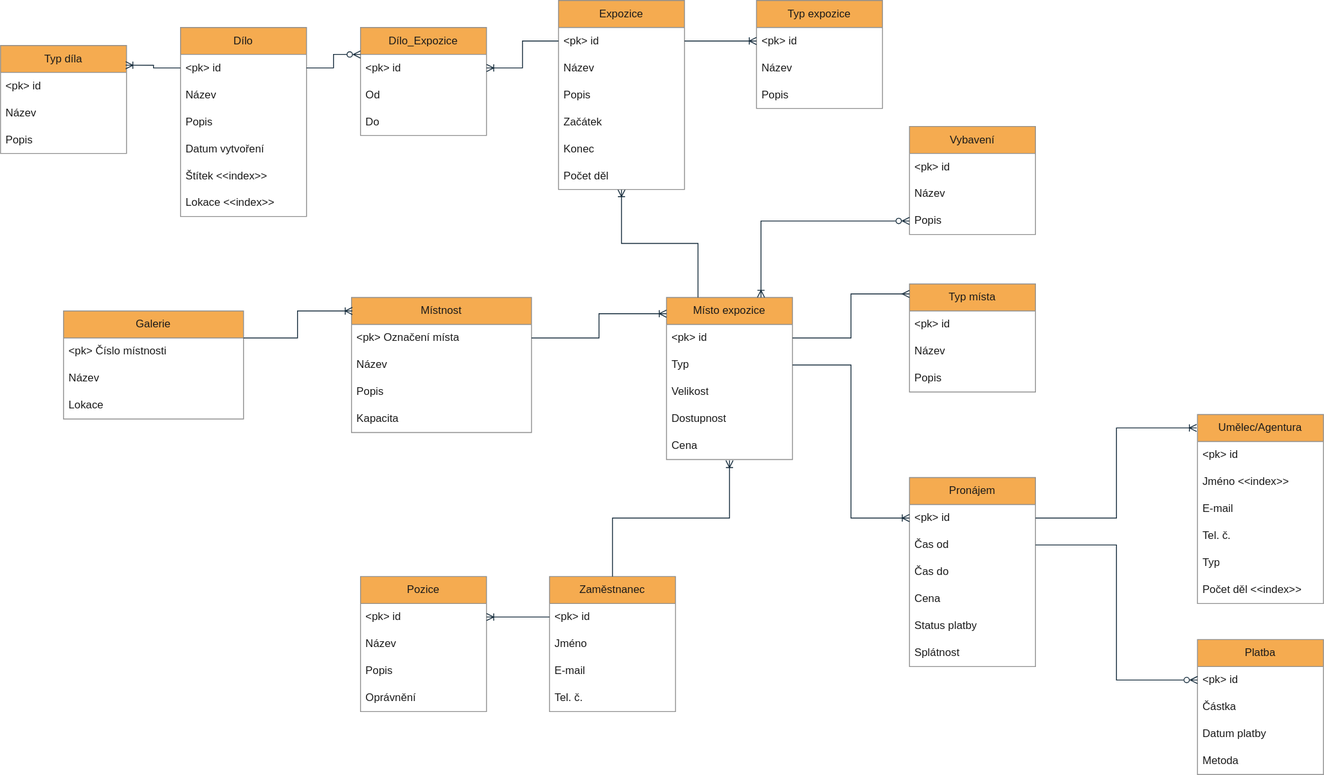
Before: Galerie_Projekt/Galerie_Projekt.drawio.svg, a diagram exported from draw.io (adstrafe/IUS). Source tidied: cells renumbered, new cells last; positions are measured from the earlier drawing's top-left corner, leaving out a move shared by most shapes.
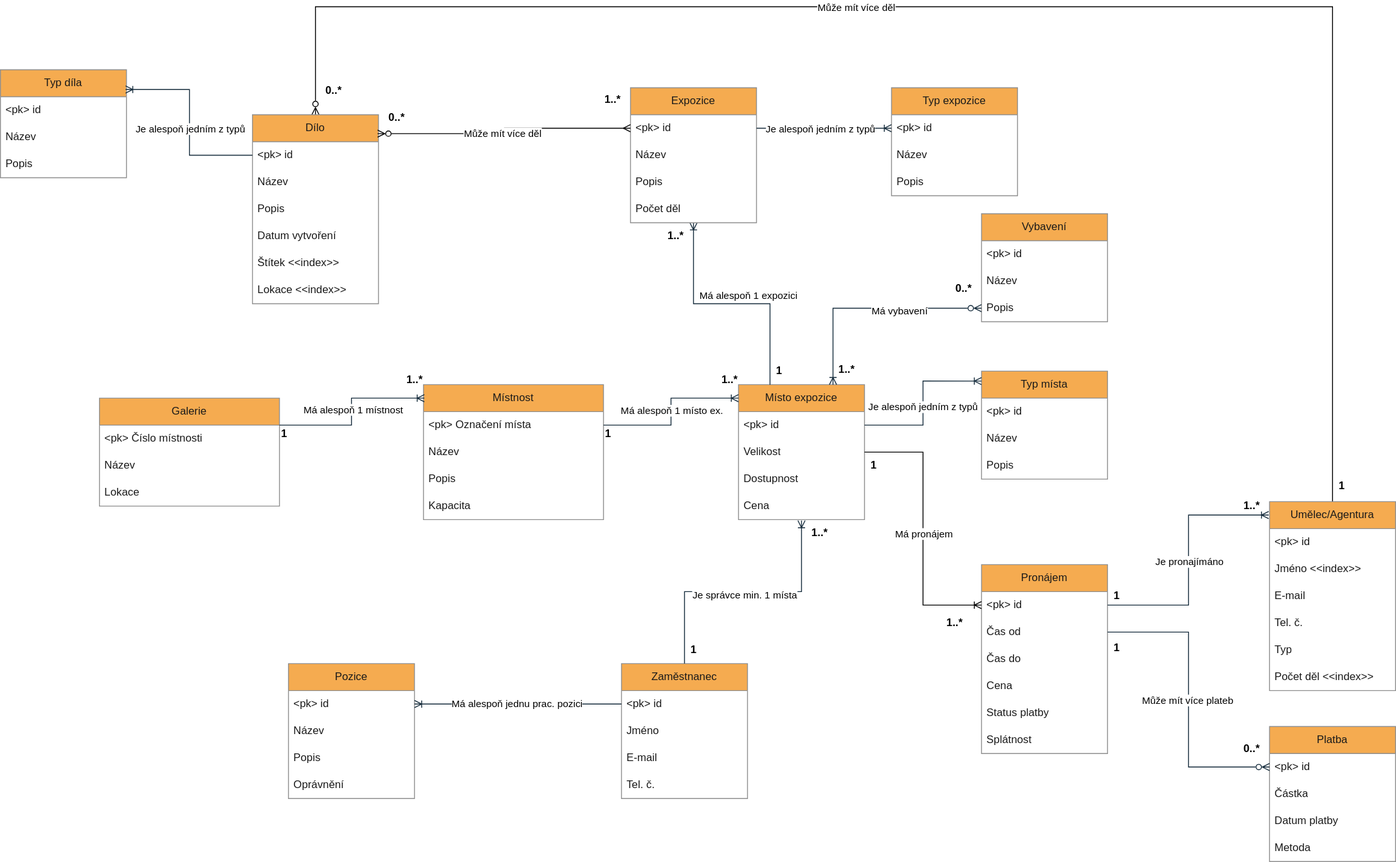
Above is the later version.

Diff of the diagram source:
```diff
@@ -5,3 +5,3 @@
     <mxCell id="2" value="Galerie" style="swimlane;fontStyle=0;horizontal=1;startSize=30;whiteSpace=wrap;html=1;labelBackgroundColor=none;fillColor=#F5AB50;strokeColor=#909090;fontColor=#1A1A1A;" parent="1" vertex="1">
-      <mxGeometry x="70" y="345" width="200" height="120" as="geometry" />
+      <mxGeometry x="30" y="345" width="200" height="120" as="geometry" />
     </mxCell>
@@ -32,3 +32,3 @@
     <mxCell id="11" value="Místo expozice" style="swimlane;fontStyle=0;horizontal=1;startSize=30;whiteSpace=wrap;html=1;labelBackgroundColor=none;fillColor=#F5AB50;strokeColor=#909090;fontColor=#1A1A1A;" parent="1" vertex="1">
-      <mxGeometry x="740" y="330" width="140" height="180" as="geometry" />
+      <mxGeometry x="740" y="330" width="140" height="150" as="geometry" />
     </mxCell>
@@ -37,14 +37,24 @@
     </mxCell>
-    <mxCell id="13" value="Typ" style="text;strokeColor=none;fillColor=none;align=left;verticalAlign=middle;spacingLeft=4;spacingRight=4;overflow=hidden;points=[[0,0.5],[1,0.5]];portConstraint=eastwest;whiteSpace=wrap;html=1;labelBackgroundColor=none;fontColor=#1A1A1A;" parent="11" vertex="1">
-      <mxGeometry y="60" width="140" height="30" as="geometry" />
-    </mxCell>
     <mxCell id="14" value="Velikost" style="text;strokeColor=none;fillColor=none;align=left;verticalAlign=middle;spacingLeft=4;spacingRight=4;overflow=hidden;points=[[0,0.5],[1,0.5]];portConstraint=eastwest;whiteSpace=wrap;html=1;labelBackgroundColor=none;fontColor=#1A1A1A;" parent="11" vertex="1">
-      <mxGeometry y="90" width="140" height="30" as="geometry" />
+      <mxGeometry y="60" width="140" height="30" as="geometry" />
     </mxCell>
     <mxCell id="15" value="Dostupnost" style="text;strokeColor=none;fillColor=none;align=left;verticalAlign=middle;spacingLeft=4;spacingRight=4;overflow=hidden;whiteSpace=wrap;html=1;labelBackgroundColor=none;fontColor=#1A1A1A;" parent="11" vertex="1">
-      <mxGeometry y="120" width="140" height="30" as="geometry" />
+      <mxGeometry y="90" width="140" height="30" as="geometry" />
     </mxCell>
     <mxCell id="16" value="Cena" style="text;strokeColor=none;fillColor=none;align=left;verticalAlign=middle;spacingLeft=4;spacingRight=4;overflow=hidden;points=[[0,0.5],[1,0.5]];portConstraint=eastwest;whiteSpace=wrap;html=1;labelBackgroundColor=none;fontColor=#1A1A1A;" parent="11" vertex="1">
-      <mxGeometry y="150" width="140" height="30" as="geometry" />
+      <mxGeometry y="120" width="140" height="30" as="geometry" />
     </mxCell>
+    <mxCell id="94" style="edgeStyle=orthogonalEdgeStyle;rounded=0;jettySize=auto;html=1;exitX=0.5;exitY=0;exitDx=0;exitDy=0;entryX=0.5;entryY=0;entryDx=0;entryDy=0;endArrow=ERzeroToMany;endFill=0;" parent="1" edge="1" source="17" target="48">
+      <mxGeometry relative="1" as="geometry">
+        <Array as="points">
+          <mxPoint x="1400" y="-90" />
+          <mxPoint x="270" y="-90" />
+        </Array>
+      </mxGeometry>
+    </mxCell>
+    <mxCell id="95" value="Může mít více děl" style="edgeLabel;html=1;align=center;verticalAlign=middle;" parent="94" vertex="1">
+      <mxGeometry x="-0.58" y="2" relative="1" as="geometry">
+        <mxPoint x="-528" y="-168" as="offset" />
+      </mxGeometry>
+    </mxCell>
     <mxCell id="17" value="Umělec/Agentura" style="swimlane;fontStyle=0;horizontal=1;startSize=30;whiteSpace=wrap;html=1;strokeColor=#909090;fontColor=#1A1A1A;fillColor=#F5AB50;" parent="1" vertex="1">
@@ -85,4 +95,9 @@
     </mxCell>
+    <mxCell id="96" value="Má alespoň 1 expozici" style="edgeLabel;html=1;align=center;verticalAlign=middle;" parent="28" vertex="1">
+      <mxGeometry x="-0.12" y="2" relative="1" as="geometry">
+        <mxPoint x="33" y="-8" as="offset" />
+      </mxGeometry>
+    </mxCell>
     <mxCell id="29" value="Expozice" style="swimlane;fontStyle=0;horizontal=1;startSize=30;whiteSpace=wrap;html=1;strokeColor=#909090;fontColor=#1A1A1A;fillColor=#F5AB50;" parent="1" vertex="1">
-      <mxGeometry x="620" width="140" height="210" as="geometry" />
+      <mxGeometry x="620" width="140" height="150" as="geometry" />
     </mxCell>
@@ -97,10 +112,4 @@
     </mxCell>
-    <mxCell id="33" value="Začátek" style="text;strokeColor=none;fillColor=none;align=left;verticalAlign=middle;spacingLeft=4;spacingRight=4;overflow=hidden;whiteSpace=wrap;html=1;fontColor=#1A1A1A;" parent="29" vertex="1">
-      <mxGeometry y="120" width="140" height="30" as="geometry" />
-    </mxCell>
-    <mxCell id="34" value="Konec" style="text;strokeColor=none;fillColor=none;align=left;verticalAlign=middle;spacingLeft=4;spacingRight=4;overflow=hidden;whiteSpace=wrap;html=1;fontColor=#1A1A1A;" parent="29" vertex="1">
-      <mxGeometry y="150" width="140" height="30" as="geometry" />
-    </mxCell>
     <mxCell id="35" value="Počet děl" style="text;strokeColor=none;fillColor=none;align=left;verticalAlign=middle;spacingLeft=4;spacingRight=4;overflow=hidden;whiteSpace=wrap;html=1;fontColor=#1A1A1A;" parent="29" vertex="1">
-      <mxGeometry y="180" width="140" height="30" as="geometry" />
+      <mxGeometry y="120" width="140" height="30" as="geometry" />
     </mxCell>
@@ -163,14 +172,2 @@
     </mxCell>
-    <mxCell id="55" value="Dílo_Expozice" style="swimlane;fontStyle=0;horizontal=1;startSize=30;whiteSpace=wrap;html=1;strokeColor=#909090;fontColor=#1A1A1A;fillColor=#F5AB50;" parent="1" vertex="1">
-      <mxGeometry x="400" y="30" width="140" height="120" as="geometry" />
-    </mxCell>
-    <mxCell id="56" value="&amp;lt;pk&amp;gt; id" style="text;strokeColor=none;fillColor=none;align=left;verticalAlign=middle;spacingLeft=4;spacingRight=4;overflow=hidden;points=[[0,0.5],[1,0.5]];portConstraint=eastwest;whiteSpace=wrap;html=1;fontColor=#1A1A1A;" parent="55" vertex="1">
-      <mxGeometry y="30" width="140" height="30" as="geometry" />
-    </mxCell>
-    <mxCell id="57" value="Od" style="text;strokeColor=none;fillColor=none;align=left;verticalAlign=middle;spacingLeft=4;spacingRight=4;overflow=hidden;whiteSpace=wrap;html=1;fontColor=#1A1A1A;" parent="55" vertex="1">
-      <mxGeometry y="60" width="140" height="30" as="geometry" />
-    </mxCell>
-    <mxCell id="58" value="Do" style="text;strokeColor=none;fillColor=none;align=left;verticalAlign=middle;spacingLeft=4;spacingRight=4;overflow=hidden;whiteSpace=wrap;html=1;fontColor=#1A1A1A;" parent="55" vertex="1">
-      <mxGeometry y="90" width="140" height="30" as="geometry" />
-    </mxCell>
     <mxCell id="59" value="Platba" style="swimlane;fontStyle=0;horizontal=1;startSize=30;whiteSpace=wrap;html=1;strokeColor=#909090;fontColor=#1A1A1A;fillColor=#F5AB50;" parent="1" vertex="1">
@@ -191,3 +188,3 @@
     <mxCell id="64" value="Pozice" style="swimlane;fontStyle=0;horizontal=1;startSize=30;whiteSpace=wrap;html=1;strokeColor=#909090;fontColor=#1A1A1A;fillColor=#F5AB50;" parent="1" vertex="1">
-      <mxGeometry x="400" y="640" width="140" height="150" as="geometry" />
+      <mxGeometry x="240" y="640" width="140" height="150" as="geometry" />
     </mxCell>
@@ -206,3 +203,3 @@
     <mxCell id="69" value="Typ expozice" style="swimlane;fontStyle=0;horizontal=1;startSize=30;whiteSpace=wrap;html=1;strokeColor=#909090;fontColor=#1A1A1A;fillColor=#F5AB50;" parent="1" vertex="1">
-      <mxGeometry x="840" width="140" height="120" as="geometry" />
+      <mxGeometry x="910" width="140" height="120" as="geometry" />
     </mxCell>
@@ -230,3 +227,3 @@
     <mxCell id="77" value="Typ díla" style="swimlane;fontStyle=0;horizontal=1;startSize=30;whiteSpace=wrap;html=1;strokeColor=#909090;fontColor=#1A1A1A;fillColor=#F5AB50;" parent="1" vertex="1">
-      <mxGeometry y="50" width="140" height="120" as="geometry" />
+      <mxGeometry x="-80" y="-20" width="140" height="120" as="geometry" />
     </mxCell>
@@ -244,2 +241,5 @@
     </mxCell>
+    <mxCell id="97" value="Má alespoň 1 místnost" style="edgeLabel;html=1;align=center;verticalAlign=middle;" parent="81" vertex="1">
+      <mxGeometry x="0.03" y="-1" relative="1" as="geometry" />
+    </mxCell>
     <mxCell id="82" style="edgeStyle=orthogonalEdgeStyle;rounded=0;jettySize=auto;html=1;exitX=1;exitY=0.5;exitDx=0;exitDy=0;entryX=0;entryY=0.1;entryDx=0;entryDy=0;entryPerimeter=0;strokeColor=#182E3E;fontColor=#1A1A1A;endArrow=ERoneToMany;endFill=0;startArrow=none;startFill=0;" parent="1" edge="1" source="7" target="11">
@@ -247,8 +247,11 @@
     </mxCell>
+    <mxCell id="98" value="Má alespoň 1 místo ex." style="edgeLabel;html=1;align=center;verticalAlign=middle;" parent="82" vertex="1">
+      <mxGeometry x="0.02" relative="1" as="geometry" />
+    </mxCell>
-    <mxCell id="83" style="edgeStyle=orthogonalEdgeStyle;rounded=0;jettySize=auto;html=1;exitX=1;exitY=0.5;exitDx=0;exitDy=0;strokeColor=#182E3E;fontColor=#1A1A1A;endArrow=ERmany;endFill=0;startArrow=none;startFill=0;entryX=0;entryY=0.092;entryDx=0;entryDy=0;entryPerimeter=0;" parent="1" edge="1" source="12" target="73">
+    <mxCell id="83" style="edgeStyle=orthogonalEdgeStyle;rounded=0;jettySize=auto;html=1;exitX=1;exitY=0.5;exitDx=0;exitDy=0;strokeColor=#182E3E;fontColor=#1A1A1A;endArrow=ERoneToMany;endFill=0;startArrow=none;startFill=0;entryX=0;entryY=0.092;entryDx=0;entryDy=0;entryPerimeter=0;" parent="1" edge="1" source="12" target="73">
       <mxGeometry relative="1" as="geometry" />
     </mxCell>
-    <mxCell id="84" style="edgeStyle=orthogonalEdgeStyle;rounded=0;jettySize=auto;html=1;exitX=1;exitY=0.5;exitDx=0;exitDy=0;entryX=0;entryY=0.5;entryDx=0;entryDy=0;strokeColor=#182E3E;fontColor=#1A1A1A;endArrow=ERoneToMany;endFill=0;startArrow=none;startFill=0;" parent="1" edge="1" source="13" target="37">
-      <mxGeometry relative="1" as="geometry" />
-    </mxCell>
+    <mxCell id="99" value="Je alespoň jedním z typů" style="edgeLabel;html=1;align=center;verticalAlign=middle;" parent="83" vertex="1">
+      <mxGeometry x="-0.04" y="1" relative="1" as="geometry" />
+    </mxCell>
     <mxCell id="85" style="edgeStyle=orthogonalEdgeStyle;rounded=0;jettySize=auto;html=1;exitX=1;exitY=0.5;exitDx=0;exitDy=0;entryX=-0.007;entryY=0.071;entryDx=0;entryDy=0;entryPerimeter=0;strokeColor=#182E3E;fontColor=#1A1A1A;endArrow=ERoneToMany;endFill=0;startArrow=none;startFill=0;" parent="1" edge="1" source="37" target="17">
@@ -256,2 +259,5 @@
     </mxCell>
+    <mxCell id="100" value="Je pronajímáno" style="edgeLabel;html=1;align=center;verticalAlign=middle;" parent="85" vertex="1">
+      <mxGeometry relative="1" as="geometry" />
+    </mxCell>
     <mxCell id="86" style="edgeStyle=orthogonalEdgeStyle;rounded=0;jettySize=auto;html=1;exitX=1;exitY=0.5;exitDx=0;exitDy=0;entryX=0;entryY=0.5;entryDx=0;entryDy=0;strokeColor=#182E3E;fontColor=#1A1A1A;endArrow=ERzeroToMany;endFill=0;" parent="1" edge="1" source="38" target="60">
@@ -259,2 +265,7 @@
     </mxCell>
+    <mxCell id="101" value="Může mít více plateb" style="edgeLabel;html=1;align=center;verticalAlign=middle;" parent="86" vertex="1">
+      <mxGeometry x="-0.05" y="-2" relative="1" as="geometry">
+        <mxPoint y="9" as="offset" />
+      </mxGeometry>
+    </mxCell>
     <mxCell id="87" style="edgeStyle=orthogonalEdgeStyle;rounded=0;jettySize=auto;html=1;exitX=0;exitY=0.5;exitDx=0;exitDy=0;entryX=0.993;entryY=0.183;entryDx=0;entryDy=0;entryPerimeter=0;strokeColor=#182E3E;fontColor=#1A1A1A;endArrow=ERoneToMany;endFill=0;startArrow=none;startFill=0;" parent="1" edge="1" source="49" target="77">
@@ -262,8 +273,5 @@
     </mxCell>
-    <mxCell id="88" style="edgeStyle=orthogonalEdgeStyle;rounded=0;jettySize=auto;html=1;exitX=1;exitY=0.5;exitDx=0;exitDy=0;strokeColor=#182E3E;fontColor=#1A1A1A;endArrow=ERzeroToMany;endFill=0;entryX=0;entryY=0.25;entryDx=0;entryDy=0;" parent="1" edge="1" source="49" target="55">
-      <mxGeometry relative="1" as="geometry" />
-    </mxCell>
-    <mxCell id="89" style="edgeStyle=orthogonalEdgeStyle;rounded=0;jettySize=auto;html=1;exitX=0;exitY=0.5;exitDx=0;exitDy=0;entryX=1;entryY=0.5;entryDx=0;entryDy=0;strokeColor=#182E3E;fontColor=#1A1A1A;endArrow=ERoneToMany;endFill=0;" parent="1" edge="1" source="30" target="56">
-      <mxGeometry relative="1" as="geometry" />
-    </mxCell>
+    <mxCell id="102" value="Je alespoň jedním z typů" style="edgeLabel;html=1;align=center;verticalAlign=middle;" parent="87" vertex="1">
+      <mxGeometry x="-0.06" relative="1" as="geometry" />
+    </mxCell>
     <mxCell id="90" style="edgeStyle=orthogonalEdgeStyle;rounded=0;jettySize=auto;html=1;exitX=1;exitY=0.5;exitDx=0;exitDy=0;entryX=0;entryY=0.5;entryDx=0;entryDy=0;strokeColor=#182E3E;fontColor=#1A1A1A;endArrow=ERoneToMany;endFill=0;" parent="1" edge="1" source="30" target="70">
@@ -271,2 +279,7 @@
     </mxCell>
+    <mxCell id="103" value="Je alespoň jedním z typů" style="edgeLabel;html=1;align=center;verticalAlign=middle;" parent="90" vertex="1">
+      <mxGeometry x="-0.21" y="1" relative="1" as="geometry">
+        <mxPoint x="11" y="1" as="offset" />
+      </mxGeometry>
+    </mxCell>
     <mxCell id="91" style="edgeStyle=orthogonalEdgeStyle;rounded=0;jettySize=auto;html=1;exitX=0;exitY=0.5;exitDx=0;exitDy=0;entryX=1;entryY=0.5;entryDx=0;entryDy=0;strokeColor=#182E3E;fontColor=#1A1A1A;endArrow=ERoneToMany;endFill=0;" parent="1" edge="1" source="44" target="65">
@@ -274,2 +287,5 @@
     </mxCell>
+    <mxCell id="104" value="Má alespoň jednu prac. pozici" style="edgeLabel;html=1;align=center;verticalAlign=middle;" parent="91" vertex="1">
+      <mxGeometry x="0.02" y="-1" relative="1" as="geometry" />
+    </mxCell>
     <mxCell id="92" style="edgeStyle=orthogonalEdgeStyle;rounded=0;jettySize=auto;html=1;exitX=0.5;exitY=0;exitDx=0;exitDy=0;entryX=0.5;entryY=1.033;entryDx=0;entryDy=0;entryPerimeter=0;strokeColor=#182E3E;fontColor=#1A1A1A;endArrow=ERoneToMany;endFill=0;" parent="1" edge="1" source="43" target="16">
@@ -277,2 +293,5 @@
     </mxCell>
+    <mxCell id="105" value="Je správce min. 1 místa" style="edgeLabel;html=1;align=center;verticalAlign=middle;" parent="92" vertex="1">
+      <mxGeometry x="0.01" y="-3" relative="1" as="geometry" />
+    </mxCell>
     <mxCell id="93" style="edgeStyle=orthogonalEdgeStyle;rounded=0;jettySize=auto;html=1;exitX=0;exitY=0.5;exitDx=0;exitDy=0;entryX=0.75;entryY=0;entryDx=0;entryDy=0;strokeColor=#182E3E;fontColor=#1A1A1A;endArrow=ERoneToMany;endFill=0;startArrow=ERzeroToMany;startFill=0;" parent="1" edge="1" source="27" target="11">
@@ -280,2 +299,77 @@
     </mxCell>
+    <mxCell id="106" value="Má vybavení" style="edgeLabel;html=1;align=center;verticalAlign=middle;" parent="93" vertex="1">
+      <mxGeometry x="-0.26" y="2" relative="1" as="geometry" />
+    </mxCell>
+    <mxCell id="107" style="edgeStyle=orthogonalEdgeStyle;rounded=0;jettySize=auto;html=1;exitX=1;exitY=0.5;exitDx=0;exitDy=0;entryX=0;entryY=0.5;entryDx=0;entryDy=0;endArrow=ERoneToMany;endFill=0;" parent="1" edge="1" source="14" target="37">
+      <mxGeometry relative="1" as="geometry" />
+    </mxCell>
+    <mxCell id="108" value="Má pronájem" style="edgeLabel;html=1;align=center;verticalAlign=middle;" parent="107" vertex="1">
+      <mxGeometry x="0.03" relative="1" as="geometry" />
+    </mxCell>
+    <mxCell id="109" style="edgeStyle=orthogonalEdgeStyle;rounded=0;jettySize=auto;html=1;exitX=0;exitY=0.5;exitDx=0;exitDy=0;entryX=0.993;entryY=0.1;entryDx=0;entryDy=0;entryPerimeter=0;endArrow=ERzeroToMany;endFill=0;startArrow=ERmany;startFill=0;" parent="1" edge="1" source="30" target="48">
+      <mxGeometry relative="1" as="geometry" />
+    </mxCell>
+    <mxCell id="110" value="Může mít více děl" style="edgeLabel;html=1;align=center;verticalAlign=middle;" parent="109" vertex="1">
+      <mxGeometry x="0.04" y="-1" relative="1" as="geometry" />
+    </mxCell>
+    <mxCell id="111" value="&lt;b&gt;1&lt;/b&gt;" style="text;html=1;align=center;verticalAlign=middle;strokeColor=none;fillColor=none;" parent="1" vertex="1">
+      <mxGeometry x="220" y="370" width="30" height="30" as="geometry" />
+    </mxCell>
+    <mxCell id="112" value="&lt;b&gt;1..*&lt;/b&gt;" style="text;html=1;align=center;verticalAlign=middle;strokeColor=none;fillColor=none;" parent="1" vertex="1">
+      <mxGeometry x="360" y="310" width="40" height="30" as="geometry" />
+    </mxCell>
+    <mxCell id="113" value="&lt;b&gt;1&lt;/b&gt;" style="text;html=1;align=center;verticalAlign=middle;strokeColor=none;fillColor=none;" parent="1" vertex="1">
+      <mxGeometry x="580" y="370" width="30" height="30" as="geometry" />
+    </mxCell>
+    <mxCell id="114" value="&lt;b&gt;1..*&lt;/b&gt;" style="text;html=1;align=center;verticalAlign=middle;strokeColor=none;fillColor=none;" parent="1" vertex="1">
+      <mxGeometry x="710" y="310" width="40" height="30" as="geometry" />
+    </mxCell>
+    <mxCell id="115" value="&lt;b&gt;1&lt;/b&gt;" style="text;html=1;align=center;verticalAlign=middle;strokeColor=none;fillColor=none;" parent="1" vertex="1">
+      <mxGeometry x="770" y="300" width="30" height="30" as="geometry" />
+    </mxCell>
+    <mxCell id="116" value="&lt;b&gt;1..*&lt;/b&gt;" style="text;html=1;align=center;verticalAlign=middle;strokeColor=none;fillColor=none;" parent="1" vertex="1">
+      <mxGeometry x="650" y="150" width="40" height="30" as="geometry" />
+    </mxCell>
+    <mxCell id="117" value="&lt;b&gt;1&lt;/b&gt;" style="text;html=1;align=center;verticalAlign=middle;strokeColor=none;fillColor=none;" parent="1" vertex="1">
+      <mxGeometry x="675" y="610" width="30" height="30" as="geometry" />
+    </mxCell>
+    <mxCell id="118" value="&lt;b&gt;1..*&lt;/b&gt;" style="text;html=1;align=center;verticalAlign=middle;strokeColor=none;fillColor=none;" parent="1" vertex="1">
+      <mxGeometry x="810" y="480" width="40" height="30" as="geometry" />
+    </mxCell>
+    <mxCell id="119" value="&lt;b&gt;1&lt;/b&gt;" style="text;html=1;align=center;verticalAlign=middle;strokeColor=none;fillColor=none;" parent="1" vertex="1">
+      <mxGeometry x="1145" y="550" width="30" height="30" as="geometry" />
+    </mxCell>
+    <mxCell id="120" value="&lt;b&gt;1..*&lt;/b&gt;" style="text;html=1;align=center;verticalAlign=middle;strokeColor=none;fillColor=none;" parent="1" vertex="1">
+      <mxGeometry x="1290" y="450" width="40" height="30" as="geometry" />
+    </mxCell>
+    <mxCell id="121" value="&lt;b&gt;1&lt;/b&gt;" style="text;html=1;align=center;verticalAlign=middle;strokeColor=none;fillColor=none;" parent="1" vertex="1">
+      <mxGeometry x="1145" y="608" width="30" height="30" as="geometry" />
+    </mxCell>
+    <mxCell id="122" value="&lt;b&gt;0..*&lt;/b&gt;" style="text;html=1;align=center;verticalAlign=middle;strokeColor=none;fillColor=none;" parent="1" vertex="1">
+      <mxGeometry x="1290" y="720" width="40" height="30" as="geometry" />
+    </mxCell>
+    <mxCell id="123" value="&lt;b&gt;1&lt;/b&gt;" style="text;html=1;align=center;verticalAlign=middle;strokeColor=none;fillColor=none;" parent="1" vertex="1">
+      <mxGeometry x="875" y="405" width="30" height="30" as="geometry" />
+    </mxCell>
+    <mxCell id="124" value="&lt;b&gt;1..*&lt;/b&gt;" style="text;html=1;align=center;verticalAlign=middle;strokeColor=none;fillColor=none;" parent="1" vertex="1">
+      <mxGeometry x="960" y="580" width="40" height="30" as="geometry" />
+    </mxCell>
+    <mxCell id="125" value="&lt;b&gt;1..*&lt;/b&gt;" style="text;html=1;align=center;verticalAlign=middle;strokeColor=none;fillColor=none;" parent="1" vertex="1">
+      <mxGeometry x="580" y="-2" width="40" height="30" as="geometry" />
+    </mxCell>
+    <mxCell id="126" value="&lt;b&gt;0..*&lt;/b&gt;" style="text;html=1;align=center;verticalAlign=middle;strokeColor=none;fillColor=none;" parent="1" vertex="1">
+      <mxGeometry x="340" y="18" width="40" height="30" as="geometry" />
+    </mxCell>
+    <mxCell id="127" value="&lt;b&gt;1&lt;/b&gt;" style="text;html=1;align=center;verticalAlign=middle;strokeColor=none;fillColor=none;" parent="1" vertex="1">
+      <mxGeometry x="1395" y="428" width="30" height="30" as="geometry" />
+    </mxCell>
+    <mxCell id="128" value="&lt;b&gt;0..*&lt;/b&gt;" style="text;html=1;align=center;verticalAlign=middle;strokeColor=none;fillColor=none;" parent="1" vertex="1">
+      <mxGeometry x="270" y="-12" width="40" height="30" as="geometry" />
+    </mxCell>
+    <mxCell id="129" value="&lt;b&gt;1..*&lt;/b&gt;" style="text;html=1;align=center;verticalAlign=middle;strokeColor=none;fillColor=none;" parent="1" vertex="1">
+      <mxGeometry x="840" y="298" width="40" height="30" as="geometry" />
+    </mxCell>
+    <mxCell id="130" value="&lt;b&gt;0..*&lt;/b&gt;" style="text;html=1;align=center;verticalAlign=middle;strokeColor=none;fillColor=none;" parent="1" vertex="1">
+      <mxGeometry x="970" y="208" width="40" height="30" as="geometry" />
+    </mxCell>
   </root>
```
